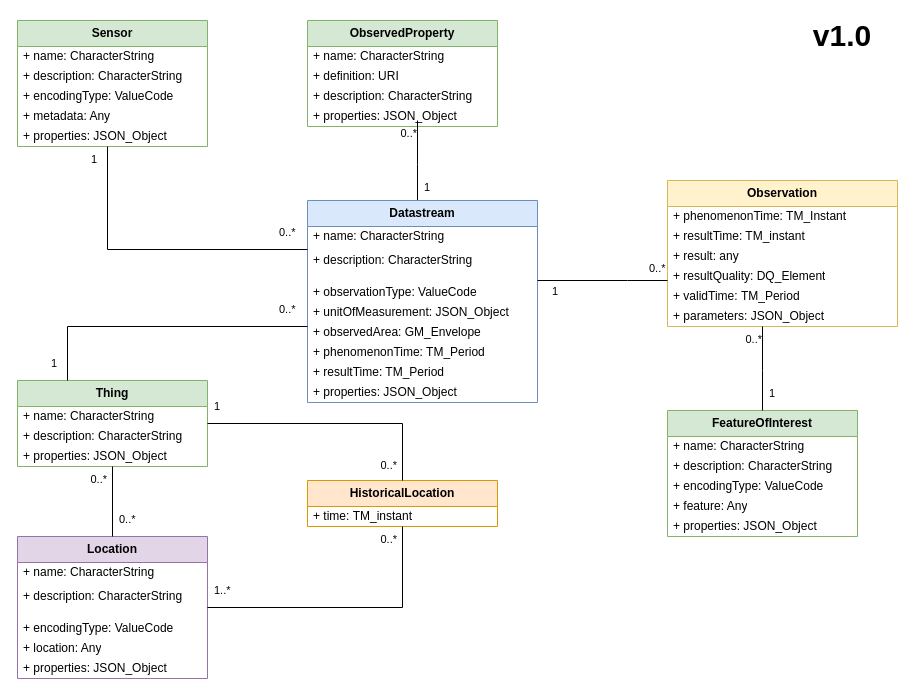
Earlier version of the draw.io diagram Diagramme sans nom.drawio (Mario-35/Stean). Source tidied: cells renumbered, new cells numbered last; positions are measured from the earlier drawing's top-left corner, leaving out a move shared by most shapes. Both pictures are drawn from the tidied source at 100%, with x=0, y=0 at pixel (17, 20).
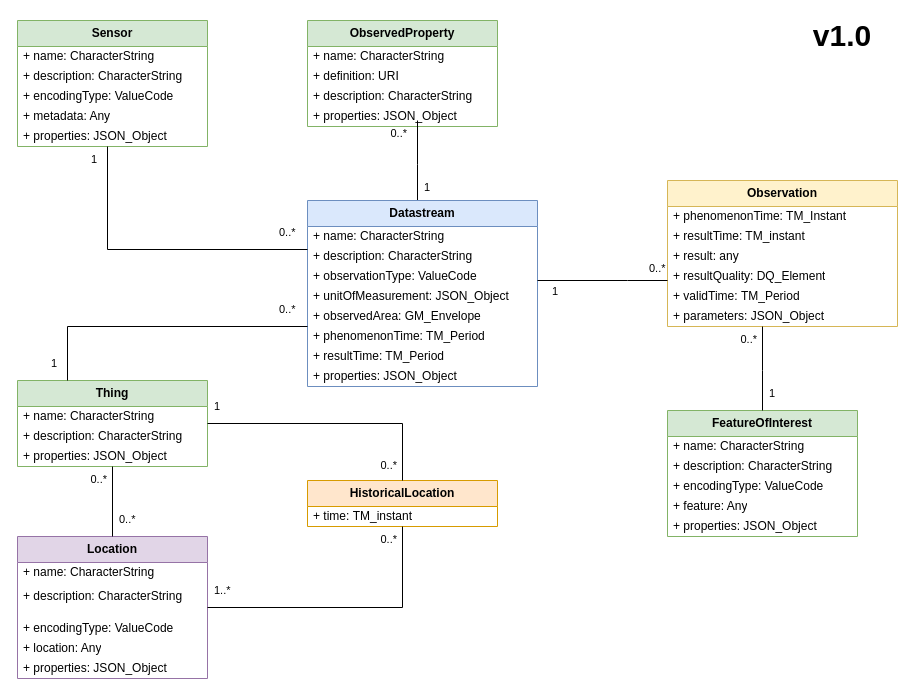
The same page after the edit.

Unchanged cells that the change refers to:
```xml
<mxCell id="26" style="endArrow=none;html=1;endSize=12;startArrow=none;startSize=14;startFill=0;edgeStyle=orthogonalEdgeStyle;rounded=0;endFill=0;" parent="21" edge="1">
  <mxGeometry relative="1" as="geometry">
    <mxPoint x="110" y="184" as="sourcePoint" />
    <mxPoint x="110" y="100" as="targetPoint" />
    <Array as="points">
      <mxPoint x="110" y="144" />
      <mxPoint x="110" y="144" />
    </Array>
  </mxGeometry>
</mxCell>
<mxCell id="60" style="endArrow=none;html=1;endSize=12;startArrow=none;startSize=14;startFill=0;edgeStyle=orthogonalEdgeStyle;rounded=0;endFill=0;" parent="1" edge="1" source="45" target="38">
  <mxGeometry relative="1" as="geometry">
    <Array as="points">
      <mxPoint x="745" y="350" />
      <mxPoint x="745" y="350" />
    </Array>
  </mxGeometry>
</mxCell>
```

Change to the diagram source:
```diff
@@
     <mxCell id="28" value="&lt;div&gt;0..*&lt;/div&gt;&lt;div&gt;&lt;br&gt;&lt;/div&gt;" style="edgeLabel;html=1;align=right;verticalAlign=top;" parent="26" vertex="1">
-      <mxGeometry x="1" relative="1" as="geometry" />
+      <mxGeometry x="1" relative="1" as="geometry">
+        <mxPoint x="-10" as="offset" />
+      </mxGeometry>
     </mxCell>
     <mxCell id="29" value="&lt;b&gt;Datastream&lt;/b&gt;" style="swimlane;fontStyle=0;horizontal=1;startSize=26;fillColor=#dae8fc;whiteSpace=wrap;html=1;strokeColor=#6c8ebf;" parent="1" vertex="1">
-      <mxGeometry x="290" y="180" width="230" height="202" as="geometry" />
+      <mxGeometry x="290" y="180" width="230" height="186" as="geometry" />
     </mxCell>
@@
-    <mxCell id="31" value="+ description:&amp;nbsp;CharacterString" style="text;strokeColor=none;fillColor=none;align=left;verticalAlign=top;spacingLeft=4;spacingRight=4;overflow=hidden;whiteSpace=wrap;html=1;" parent="29" vertex="1">
-      <mxGeometry y="46" width="230" height="36" as="geometry" />
+    <mxCell id="31" value="+ description:&amp;nbsp;CharacterString" style="text;strokeColor=none;fillColor=none;align=left;verticalAlign=middle;spacingLeft=4;spacingRight=4;overflow=hidden;whiteSpace=wrap;html=1;" parent="29" vertex="1">
+      <mxGeometry y="46" width="230" height="20" as="geometry" />
     </mxCell>
     <mxCell id="32" value="+&amp;nbsp;observationType:&amp;nbsp;ValueCode" style="text;strokeColor=none;fillColor=none;align=left;verticalAlign=middle;spacingLeft=4;spacingRight=4;overflow=hidden;whiteSpace=wrap;html=1;" parent="29" vertex="1">
-      <mxGeometry y="82" width="230" height="20" as="geometry" />
+      <mxGeometry y="66" width="230" height="20" as="geometry" />
     </mxCell>
     <mxCell id="33" value="+ unitOfMeasurement: JSON_Object" style="text;strokeColor=none;fillColor=none;align=left;verticalAlign=middle;spacingLeft=4;spacingRight=4;overflow=hidden;whiteSpace=wrap;html=1;" parent="29" vertex="1">
-      <mxGeometry y="102" width="230" height="20" as="geometry" />
+      <mxGeometry y="86" width="230" height="20" as="geometry" />
     </mxCell>
     <mxCell id="34" value="+ observedArea: GM_Envelope" style="text;strokeColor=none;fillColor=none;align=left;verticalAlign=middle;spacingLeft=4;spacingRight=4;overflow=hidden;whiteSpace=wrap;html=1;" parent="29" vertex="1">
-      <mxGeometry y="122" width="230" height="20" as="geometry" />
+      <mxGeometry y="106" width="230" height="20" as="geometry" />
     </mxCell>
     <mxCell id="35" value="+ phenomenonTime: TM_Period" style="text;strokeColor=none;fillColor=none;align=left;verticalAlign=middle;spacingLeft=4;spacingRight=4;overflow=hidden;whiteSpace=wrap;html=1;" parent="29" vertex="1">
-      <mxGeometry y="142" width="230" height="20" as="geometry" />
+      <mxGeometry y="126" width="230" height="20" as="geometry" />
     </mxCell>
     <mxCell id="36" value="+&amp;nbsp;resultTime: TM_Period" style="text;strokeColor=none;fillColor=none;align=left;verticalAlign=middle;spacingLeft=4;spacingRight=4;overflow=hidden;whiteSpace=wrap;html=1;" parent="29" vertex="1">
-      <mxGeometry y="162" width="230" height="20" as="geometry" />
+      <mxGeometry y="146" width="230" height="20" as="geometry" />
     </mxCell>
     <mxCell id="37" value="+ properties: JSON_Object" style="text;strokeColor=none;fillColor=none;align=left;verticalAlign=middle;spacingLeft=4;spacingRight=4;overflow=hidden;whiteSpace=wrap;html=1;" parent="29" vertex="1">
-      <mxGeometry y="182" width="230" height="20" as="geometry" />
+      <mxGeometry y="166" width="230" height="20" as="geometry" />
     </mxCell>
@@
     <mxCell id="62" value="&lt;div&gt;0..*&lt;/div&gt;&lt;div&gt;&lt;br&gt;&lt;/div&gt;" style="edgeLabel;html=1;align=right;verticalAlign=top;" parent="60" vertex="1">
-      <mxGeometry x="1" relative="1" as="geometry" />
+      <mxGeometry x="1" relative="1" as="geometry">
+        <mxPoint x="-5" as="offset" />
+      </mxGeometry>
     </mxCell>
```
